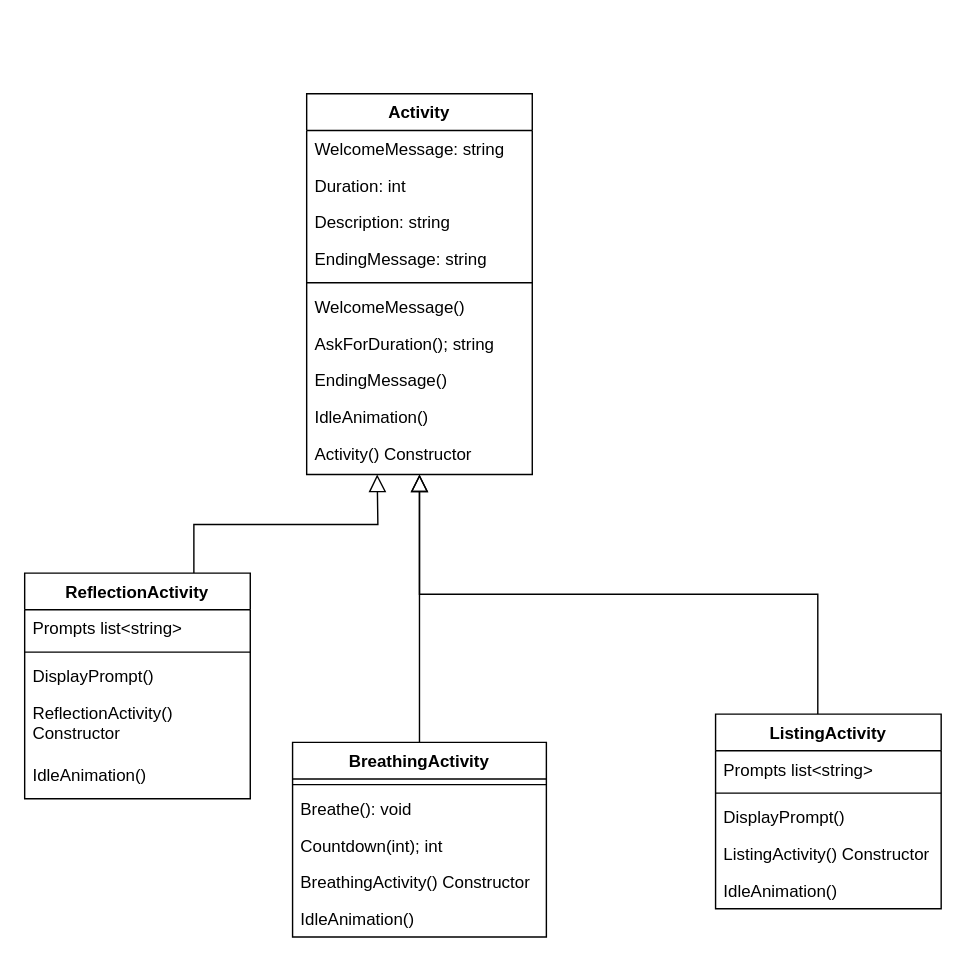
Earlier version of the draw.io diagram Draw.io/Mindfulness.drawio (Jebthegamer/cse210_hw). Source tidied: cells renumbered, new cells numbered last; positions are measured from the earlier drawing's top-left corner, leaving out a move shared by most shapes. Both pictures are drawn from the tidied source at 141%, with x=0, y=0 at pixel (24, 93).
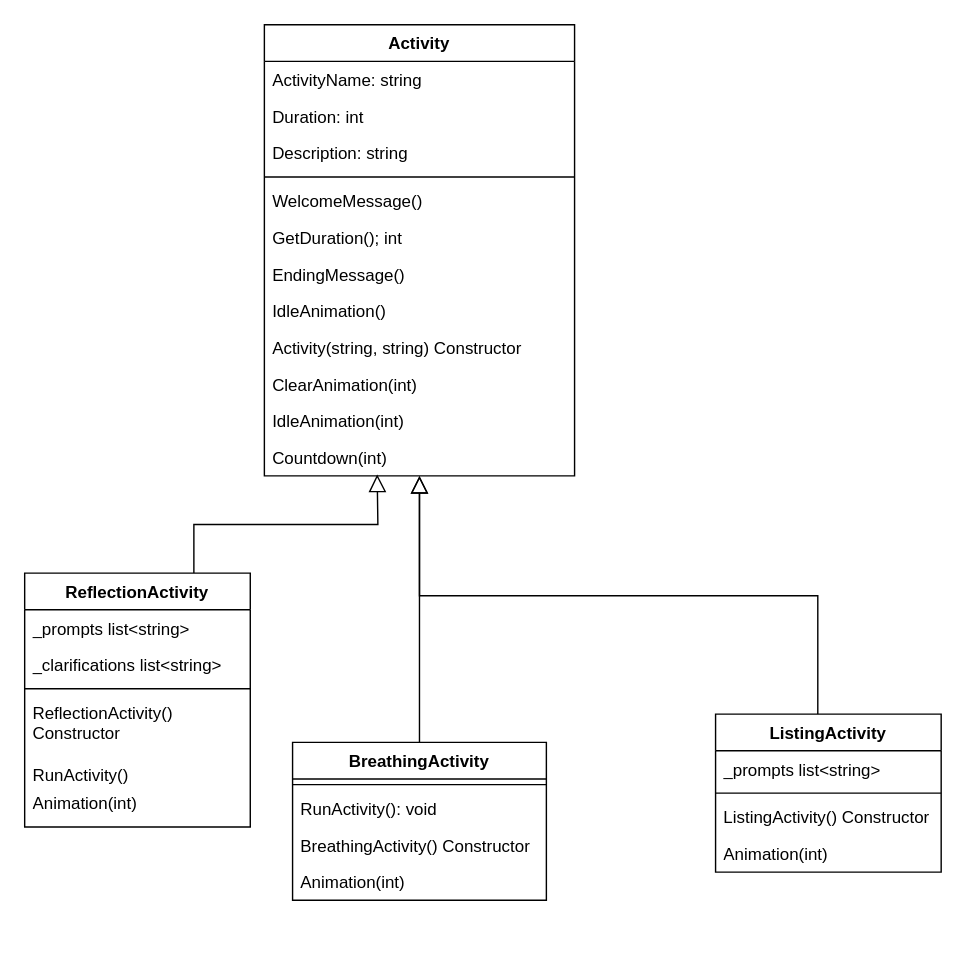
The same page after the edit.

Diff of the diagram source:
```diff
@@
     <mxCell id="2" value="Activity" style="swimlane;fontStyle=1;align=center;verticalAlign=top;horizontal=1;startSize=26;rounded=0;shadow=0;strokeWidth=1;" parent="1" vertex="1">
-      <mxGeometry x="200" width="160" height="270" as="geometry" />
+      <mxGeometry x="170" y="-49" width="220" height="320" as="geometry" />
     </mxCell>
-    <mxCell id="3" value="WelcomeMessage: string" style="text;align=left;verticalAlign=top;spacingLeft=4;spacingRight=4;overflow=hidden;rounded=0;shadow=0;html=0;" parent="2" vertex="1">
-      <mxGeometry y="26" width="160" height="26" as="geometry" />
+    <mxCell id="3" value="ActivityName: string" style="text;align=left;verticalAlign=top;spacingLeft=4;spacingRight=4;overflow=hidden;rounded=0;shadow=0;html=0;" parent="2" vertex="1">
+      <mxGeometry y="26" width="220" height="26" as="geometry" />
     </mxCell>
     <mxCell id="4" value="Duration: int" style="text;align=left;verticalAlign=top;spacingLeft=4;spacingRight=4;overflow=hidden;rounded=0;shadow=0;html=0;" parent="2" vertex="1">
-      <mxGeometry y="52" width="160" height="26" as="geometry" />
+      <mxGeometry y="52" width="220" height="26" as="geometry" />
     </mxCell>
     <mxCell id="5" value="Description: string" style="text;align=left;verticalAlign=top;spacingLeft=4;spacingRight=4;overflow=hidden;rounded=0;shadow=0;html=0;" parent="2" vertex="1">
-      <mxGeometry y="78" width="160" height="26" as="geometry" />
+      <mxGeometry y="78" width="220" height="26" as="geometry" />
     </mxCell>
-    <mxCell id="6" value="EndingMessage: string" style="text;align=left;verticalAlign=top;spacingLeft=4;spacingRight=4;overflow=hidden;rounded=0;shadow=0;html=0;" parent="2" vertex="1">
-      <mxGeometry y="104" width="160" height="26" as="geometry" />
-    </mxCell>
     <mxCell id="7" style="line;html=1;strokeWidth=1;align=left;verticalAlign=middle;spacingTop=-1;spacingLeft=3;spacingRight=3;labelPosition=right;" parent="2" vertex="1">
-      <mxGeometry y="130" width="160" height="8" as="geometry" />
+      <mxGeometry y="104" width="220" height="8" as="geometry" />
     </mxCell>
     <mxCell id="8" value="WelcomeMessage()" style="text;align=left;verticalAlign=top;spacingLeft=4;spacingRight=4;overflow=hidden;" parent="2" vertex="1">
-      <mxGeometry y="138" width="160" height="26" as="geometry" />
+      <mxGeometry y="112" width="220" height="26" as="geometry" />
     </mxCell>
-    <mxCell id="9" value="AskForDuration(); string" style="text;align=left;verticalAlign=top;spacingLeft=4;spacingRight=4;overflow=hidden;" parent="2" vertex="1">
-      <mxGeometry y="164" width="160" height="26" as="geometry" />
+    <mxCell id="9" value="GetDuration(); int" style="text;align=left;verticalAlign=top;spacingLeft=4;spacingRight=4;overflow=hidden;" parent="2" vertex="1">
+      <mxGeometry y="138" width="220" height="26" as="geometry" />
     </mxCell>
     <mxCell id="10" value="EndingMessage()" style="text;align=left;verticalAlign=top;spacingLeft=4;spacingRight=4;overflow=hidden;" parent="2" vertex="1">
-      <mxGeometry y="190" width="160" height="26" as="geometry" />
+      <mxGeometry y="164" width="220" height="26" as="geometry" />
     </mxCell>
     <mxCell id="11" value="IdleAnimation()" style="text;align=left;verticalAlign=top;spacingLeft=4;spacingRight=4;overflow=hidden;" parent="2" vertex="1">
-      <mxGeometry y="216" width="160" height="26" as="geometry" />
+      <mxGeometry y="190" width="220" height="26" as="geometry" />
     </mxCell>
-    <mxCell id="12" value="Activity() Constructor" style="text;align=left;verticalAlign=top;spacingLeft=4;spacingRight=4;overflow=hidden;" parent="2" vertex="1">
-      <mxGeometry y="242" width="160" height="26" as="geometry" />
+    <mxCell id="12" value="Activity(string, string) Constructor" style="text;align=left;verticalAlign=top;spacingLeft=4;spacingRight=4;overflow=hidden;" parent="2" vertex="1">
+      <mxGeometry y="216" width="220" height="26" as="geometry" />
     </mxCell>
+    <mxCell id="34" value="ClearAnimation(int)" style="text;align=left;verticalAlign=top;spacingLeft=4;spacingRight=4;overflow=hidden;" parent="2" vertex="1">
+      <mxGeometry y="242" width="220" height="26" as="geometry" />
+    </mxCell>
+    <mxCell id="35" value="IdleAnimation(int)" style="text;align=left;verticalAlign=top;spacingLeft=4;spacingRight=4;overflow=hidden;" parent="2" vertex="1">
+      <mxGeometry y="268" width="220" height="26" as="geometry" />
+    </mxCell>
+    <mxCell id="36" value="Countdown(int)" style="text;align=left;verticalAlign=top;spacingLeft=4;spacingRight=4;overflow=hidden;" parent="2" vertex="1">
+      <mxGeometry y="294" width="220" height="26" as="geometry" />
+    </mxCell>
     <mxCell id="13" value="BreathingActivity" style="swimlane;fontStyle=1;align=center;verticalAlign=top;horizontal=1;startSize=26;rounded=0;shadow=0;strokeWidth=1;" parent="1" vertex="1">
-      <mxGeometry x="190" y="460" width="180" height="138" as="geometry" />
+      <mxGeometry x="190" y="460" width="180" height="112" as="geometry" />
     </mxCell>
@@
-    <mxCell id="15" value="Breathe(): void" style="text;align=left;verticalAlign=top;spacingLeft=4;spacingRight=4;overflow=hidden;" parent="13" vertex="1">
+    <mxCell id="15" value="RunActivity(): void" style="text;align=left;verticalAlign=top;spacingLeft=4;spacingRight=4;overflow=hidden;" parent="13" vertex="1">
       <mxGeometry y="34" width="180" height="26" as="geometry" />
     </mxCell>
-    <mxCell id="16" value="Countdown(int); int" style="text;align=left;verticalAlign=top;spacingLeft=4;spacingRight=4;overflow=hidden;" parent="13" vertex="1">
-      <mxGeometry y="60" width="180" height="26" as="geometry" />
-    </mxCell>
     <mxCell id="17" value="BreathingActivity() Constructor" style="text;align=left;verticalAlign=top;spacingLeft=4;spacingRight=4;overflow=hidden;" parent="13" vertex="1">
-      <mxGeometry y="86" width="180" height="26" as="geometry" />
+      <mxGeometry y="60" width="180" height="26" as="geometry" />
     </mxCell>
-    <mxCell id="18" value="IdleAnimation()" style="text;align=left;verticalAlign=top;spacingLeft=4;spacingRight=4;overflow=hidden;" parent="13" vertex="1">
-      <mxGeometry y="112" width="180" height="26" as="geometry" />
+    <mxCell id="18" value="Animation(int)" style="text;align=left;verticalAlign=top;spacingLeft=4;spacingRight=4;overflow=hidden;" parent="13" vertex="1">
+      <mxGeometry y="86" width="180" height="26" as="geometry" />
     </mxCell>
@@
     <mxCell id="22" value="ReflectionActivity" style="swimlane;fontStyle=1;align=center;verticalAlign=top;horizontal=1;startSize=26;whiteSpace=wrap;html=1;" parent="1" vertex="1">
-      <mxGeometry y="340" width="160" height="160" as="geometry" />
+      <mxGeometry y="340" width="160" height="180" as="geometry" />
     </mxCell>
-    <mxCell id="23" value="Prompts list&amp;lt;string&amp;gt;" style="text;strokeColor=none;fillColor=none;align=left;verticalAlign=top;spacingLeft=4;spacingRight=4;overflow=hidden;whiteSpace=wrap;html=1;" parent="22" vertex="1">
+    <mxCell id="23" value="_prompts list&amp;lt;string&amp;gt;" style="text;strokeColor=none;fillColor=none;align=left;verticalAlign=top;spacingLeft=4;spacingRight=4;overflow=hidden;whiteSpace=wrap;html=1;" parent="22" vertex="1">
       <mxGeometry y="26" width="160" height="26" as="geometry" />
     </mxCell>
+    <mxCell id="37" value="_clarifications list&amp;lt;string&amp;gt;" style="text;strokeColor=none;fillColor=none;align=left;verticalAlign=top;spacingLeft=4;spacingRight=4;overflow=hidden;whiteSpace=wrap;html=1;" parent="22" vertex="1">
+      <mxGeometry y="52" width="160" height="26" as="geometry" />
+    </mxCell>
     <mxCell id="24" style="line;strokeWidth=1;fillColor=none;align=left;verticalAlign=middle;spacingTop=-1;spacingLeft=3;spacingRight=3;labelPosition=right;strokeColor=inherit;" parent="22" vertex="1">
-      <mxGeometry y="52" width="160" height="8" as="geometry" />
+      <mxGeometry y="78" width="160" height="8" as="geometry" />
     </mxCell>
-    <mxCell id="25" value="DisplayPrompt()" style="text;strokeColor=none;fillColor=none;align=left;verticalAlign=top;spacingLeft=4;spacingRight=4;overflow=hidden;whiteSpace=wrap;html=1;" parent="22" vertex="1">
-      <mxGeometry y="60" width="160" height="26" as="geometry" />
-    </mxCell>
+    <mxCell id="38" value="ReflectionActivity() Constructor" style="text;strokeColor=none;fillColor=none;align=left;verticalAlign=top;spacingLeft=4;spacingRight=4;overflow=hidden;whiteSpace=wrap;html=1;" parent="22" vertex="1">
+      <mxGeometry y="86" width="160" height="44" as="geometry" />
+    </mxCell>
-    <mxCell id="26" value="ReflectionActivity() Constructor" style="text;strokeColor=none;fillColor=none;align=left;verticalAlign=top;spacingLeft=4;spacingRight=4;overflow=hidden;whiteSpace=wrap;html=1;" parent="22" vertex="1">
-      <mxGeometry y="86" width="160" height="44" as="geometry" />
+    <mxCell id="26" value="RunActivity()" style="text;strokeColor=none;fillColor=none;align=left;verticalAlign=top;spacingLeft=4;spacingRight=4;overflow=hidden;whiteSpace=wrap;html=1;" parent="22" vertex="1">
+      <mxGeometry y="130" width="160" height="20" as="geometry" />
     </mxCell>
-    <mxCell id="27" value="IdleAnimation()" style="text;strokeColor=none;fillColor=none;align=left;verticalAlign=top;spacingLeft=4;spacingRight=4;overflow=hidden;whiteSpace=wrap;html=1;" parent="22" vertex="1">
-      <mxGeometry y="130" width="160" height="30" as="geometry" />
+    <mxCell id="27" value="Animation(int)" style="text;strokeColor=none;fillColor=none;align=left;verticalAlign=top;spacingLeft=4;spacingRight=4;overflow=hidden;whiteSpace=wrap;html=1;" parent="22" vertex="1">
+      <mxGeometry y="150" width="160" height="30" as="geometry" />
     </mxCell>
     <mxCell id="28" value="ListingActivity" style="swimlane;fontStyle=1;align=center;verticalAlign=top;horizontal=1;startSize=26;whiteSpace=wrap;html=1;" parent="1" vertex="1">
-      <mxGeometry x="490" y="440" width="160" height="138" as="geometry" />
+      <mxGeometry x="490" y="440" width="160" height="112" as="geometry" />
     </mxCell>
-    <mxCell id="29" value="Prompts list&amp;lt;string&amp;gt;" style="text;strokeColor=none;fillColor=none;align=left;verticalAlign=top;spacingLeft=4;spacingRight=4;overflow=hidden;whiteSpace=wrap;html=1;" parent="28" vertex="1">
+    <mxCell id="29" value="_prompts list&amp;lt;string&amp;gt;" style="text;strokeColor=none;fillColor=none;align=left;verticalAlign=top;spacingLeft=4;spacingRight=4;overflow=hidden;whiteSpace=wrap;html=1;" parent="28" vertex="1">
       <mxGeometry y="26" width="160" height="26" as="geometry" />
     </mxCell>
@@
-    <mxCell id="31" value="DisplayPrompt()" style="text;strokeColor=none;fillColor=none;align=left;verticalAlign=top;spacingLeft=4;spacingRight=4;overflow=hidden;whiteSpace=wrap;html=1;" parent="28" vertex="1">
-      <mxGeometry y="60" width="160" height="26" as="geometry" />
-    </mxCell>
     <mxCell id="32" value="ListingActivity() Constructor" style="text;strokeColor=none;fillColor=none;align=left;verticalAlign=top;spacingLeft=4;spacingRight=4;overflow=hidden;whiteSpace=wrap;html=1;" parent="28" vertex="1">
-      <mxGeometry y="86" width="160" height="26" as="geometry" />
+      <mxGeometry y="60" width="160" height="26" as="geometry" />
     </mxCell>
-    <mxCell id="33" value="IdleAnimation()" style="text;strokeColor=none;fillColor=none;align=left;verticalAlign=top;spacingLeft=4;spacingRight=4;overflow=hidden;whiteSpace=wrap;html=1;" parent="28" vertex="1">
-      <mxGeometry y="112" width="160" height="26" as="geometry" />
+    <mxCell id="33" value="Animation(int)" style="text;strokeColor=none;fillColor=none;align=left;verticalAlign=top;spacingLeft=4;spacingRight=4;overflow=hidden;whiteSpace=wrap;html=1;" parent="28" vertex="1">
+      <mxGeometry y="86" width="160" height="26" as="geometry" />
     </mxCell>
```
